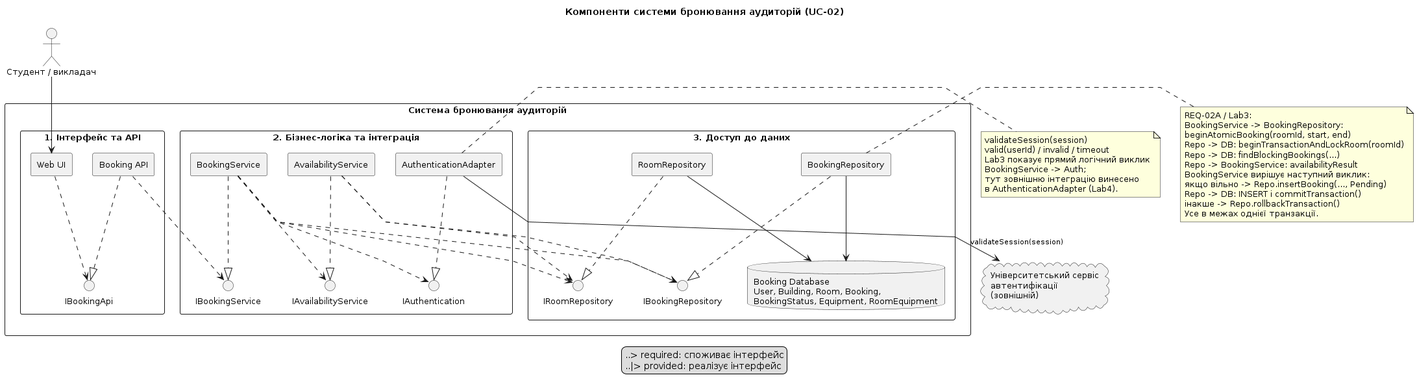
The PlantUML diagram lab5/renders/components.png in Oleksandr-C-S/MAVPZ, before a commit. Its source is kept beside it as lab5/model/components.puml.
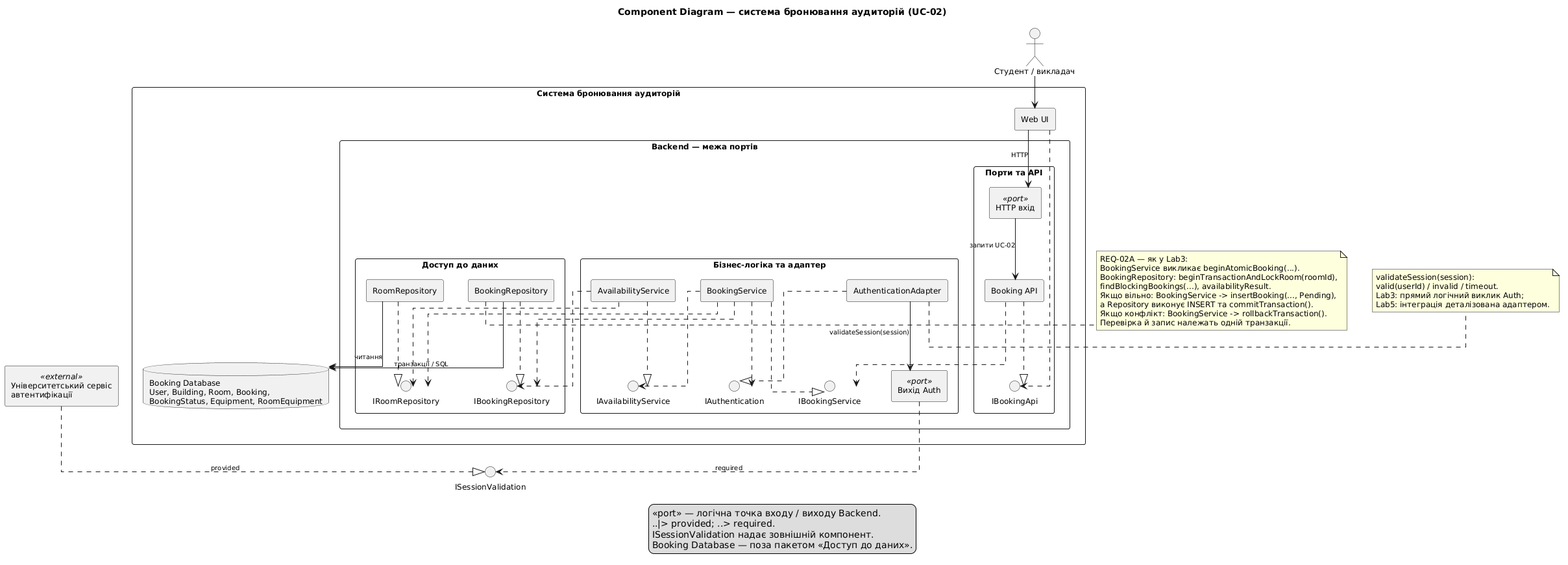
After the commit.

Commit message:
complete architecture defense explanations

Diff of the diagram source:
```diff
@@ -4,90 +4,89 @@
 skinparam componentStyle rectangle
 skinparam shadowing false
 skinparam packageStyle rectangle
-skinparam linetype polyline
-skinparam nodesep 32
-skinparam ranksep 46
-skinparam defaultFontSize 13
-skinparam ArrowFontSize 11
-hide stereotype
+skinparam linetype ortho
+skinparam nodesep 38
+skinparam ranksep 50
+skinparam defaultFontSize 12
+skinparam ArrowFontSize 10
 
-title Компоненти системи бронювання аудиторій (UC-02)
-
+title Component Diagram — система бронювання аудиторій (UC-02)
 actor "Студент / викладач" as User
 
-rectangle "Система бронювання аудиторій" {
-  package "1. Інтерфейс та API" {
-    component "Web UI" as UI
-    interface "IBookingApi" as IApi
-    component "Booking API" as API
+rectangle "Система бронювання аудиторій" as System {
+  component "Web UI" as UI
+  rectangle "Backend — межа портів" as Backend {
+    package "Порти та API" {
+      component "HTTP вхід" as HttpIn <<port>>
+      component "Booking API" as API
+      interface "IBookingApi" as IApi
+    }
+    package "Бізнес-логіка та адаптер" {
+      component "BookingService" as BookingSvc
+      interface "IBookingService" as IBooking
+      component "AvailabilityService" as AvailSvc
+      interface "IAvailabilityService" as IAvail
+      component "AuthenticationAdapter" as AuthAdapter
+      interface "IAuthentication" as IAuth
+      component "Вихід Auth" as AuthOut <<port>>
+    }
+    package "Доступ до даних" {
+      component "BookingRepository" as BookingRepo
+      interface "IBookingRepository" as IBookingRepo
+      component "RoomRepository" as RoomRepo
+      interface "IRoomRepository" as IRoomRepo
+    }
   }
+  database "Booking Database\nUser, Building, Room, Booking,\nBookingStatus, Equipment, RoomEquipment" as DB
+}
+component "Університетський сервіс\nавтентифікації" as ExtAuth <<external>>
+interface "ISessionValidation" as ISessionValidation
 
-  package "2. Бізнес-логіка та інтеграція" {
-    interface "IBookingService" as IBooking
-    component "BookingService" as BookingSvc
-    interface "IAvailabilityService" as IAvail
-    component "AvailabilityService" as AvailSvc
-    interface "IAuthentication" as IAuth
-    component "AuthenticationAdapter" as AuthAdapter
-  }
-
-  package "3. Доступ до даних" {
-    interface "IBookingRepository" as IBookingRepo
-    component "BookingRepository" as BookingRepo
-    interface "IRoomRepository" as IRoomRepo
-    component "RoomRepository" as RoomRepo
-    database "Booking Database\nUser, Building, Room, Booking,\nBookingStatus, Equipment, RoomEquipment" as DB
-  }
-
-  UI ..> IApi
-  API ..> IBooking
-  BookingSvc ..> IAvail
-  BookingSvc ..> IAuth
-  BookingSvc ..> IBookingRepo
-  BookingSvc ..> IRoomRepo
-  AvailSvc ..> IBookingRepo
-  AvailSvc ..> IRoomRepo
-
-  API ..|> IApi
-  BookingSvc ..|> IBooking
-  AvailSvc ..|> IAvail
-  AuthAdapter ..|> IAuth
-  BookingRepo ..|> IBookingRepo
-  RoomRepo ..|> IRoomRepo
-
-  BookingRepo --> DB
-  RoomRepo --> DB
-}
-
-cloud "Університетський сервіс\nавтентифікації\n(зовнішній)" as ExtAuth
 User --> UI
-AuthAdapter --> ExtAuth : validateSession(session)
+UI --> HttpIn : HTTP
+HttpIn --> API : запити UC-02
+UI ..> IApi
+API ..|> IApi
+API ..> IBooking
+BookingSvc ..|> IBooking
+BookingSvc ..> IAvail
+AvailSvc ..|> IAvail
+BookingSvc ..> IAuth
+AuthAdapter ..|> IAuth
+BookingSvc ..> IBookingRepo
+BookingSvc ..> IRoomRepo
+AvailSvc ..> IBookingRepo
+AvailSvc ..> IRoomRepo
+BookingRepo ..|> IBookingRepo
+RoomRepo ..|> IRoomRepo
+BookingRepo --> DB : транзакції / SQL
+RoomRepo --> DB : читання
+AuthAdapter --> AuthOut : validateSession(session)
+AuthOut ..> ISessionValidation : required
+ExtAuth ..|> ISessionValidation : provided
 
 note right of BookingRepo
-  REQ-02A / Lab3:
-  BookingService -> BookingRepository:
-  beginAtomicBooking(roomId, start, end)
-  Repo -> DB: beginTransactionAndLockRoom(roomId)
-  Repo -> DB: findBlockingBookings(...)
-  Repo -> BookingService: availabilityResult
-  BookingService вирішує наступний виклик:
-  якщо вільно -> Repo.insertBooking(..., Pending)
-  Repo -> DB: INSERT і commitTransaction()
-  інакше -> Repo.rollbackTransaction()
-  Усе в межах однієї транзакції.
+  REQ-02A — як у Lab3:
+  BookingService викликає beginAtomicBooking(...).
+  BookingRepository: beginTransactionAndLockRoom(roomId),
+  findBlockingBookings(...), availabilityResult.
+  Якщо вільно: BookingService -> insertBooking(..., Pending),
+  а Repository виконує INSERT та commitTransaction().
+  Якщо конфлікт: BookingService -> rollbackTransaction().
+  Перевірка й запис належать одній транзакції.
 end note
 
 note right of AuthAdapter
-  validateSession(session)
-  valid(userId) / invalid / timeout
-  Lab3 показує прямий логічний виклик
-  BookingService -> Auth;
-  тут зовнішню інтеграцію винесено
-  в AuthenticationAdapter (Lab4).
+  validateSession(session):
+  valid(userId) / invalid / timeout.
+  Lab3: прямий логічний виклик Auth;
+  Lab5: інтеграція деталізована адаптером.
 end note
 
 legend bottom
-  ..> required: споживає інтерфейс
-  ..|> provided: реалізує інтерфейс
+  <<port>> — логічна точка входу / виходу Backend.
+  ..|> provided; ..> required.
+  ISessionValidation надає зовнішній компонент.
+  Booking Database — поза пакетом «Доступ до даних».
 endlegend
 @enduml
```
